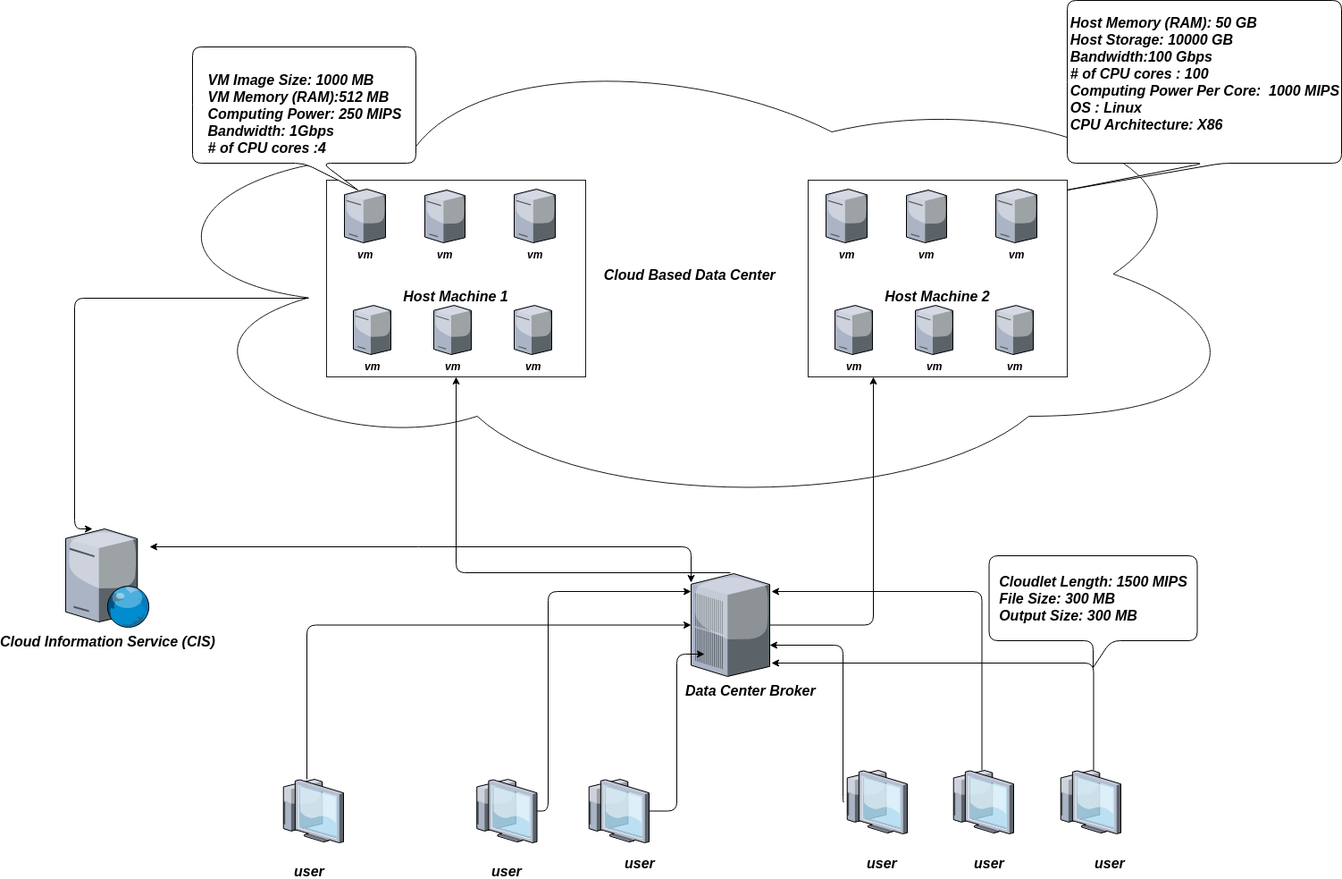
lulzzz/Cloudsim keeps this draw.io diagram as Report/Smart_Grid_Cloud.png. Above is the earlier version. Source tidied: cells renumbered, new cells last; positions are measured from the earlier drawing's top-left corner, leaving out a move shared by most shapes.
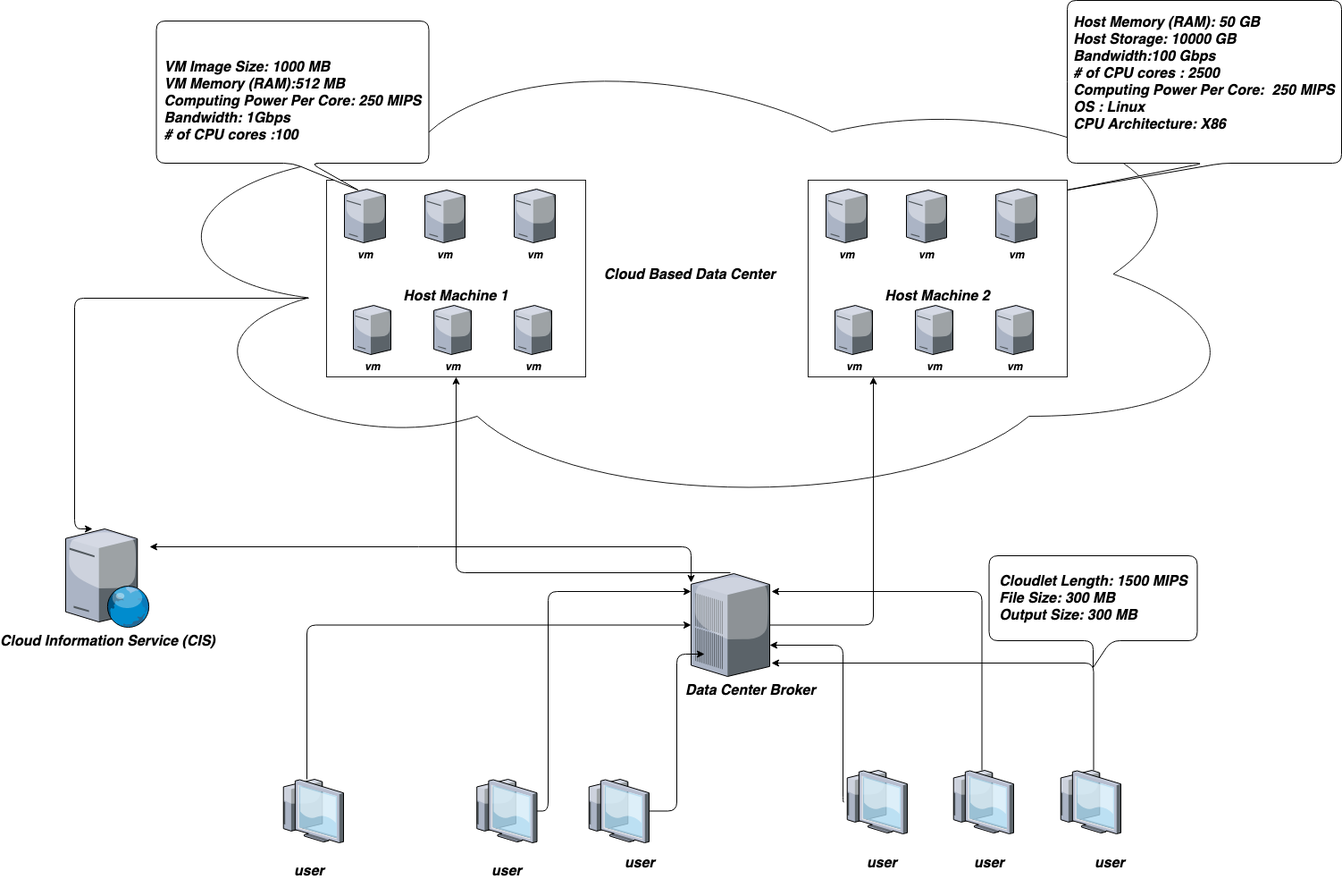
The same diagram one commit later.

The edit, as a diff of the source:
```diff
@@ -151,10 +151,10 @@
         </Array>
       </mxGeometry>
     </mxCell>
-    <mxCell id="35" value="&lt;div style=&quot;text-align: center ; font-size: 16px&quot;&gt;&lt;font style=&quot;font-size: 16px&quot;&gt;&lt;br&gt;&lt;/font&gt;&lt;/div&gt;&lt;div style=&quot;text-align: left ; font-size: 16px&quot;&gt;&lt;b&gt;&lt;i&gt;&lt;font style=&quot;font-size: 16px&quot;&gt;VM Image Size: 1000 MB&lt;/font&gt;&lt;/i&gt;&lt;/b&gt;&lt;/div&gt;&lt;b style=&quot;font-size: 16px&quot;&gt;&lt;font style=&quot;font-size: 16px&quot;&gt;&lt;div style=&quot;text-align: left&quot;&gt;&lt;b&gt;&lt;i&gt;VM Memory (RAM):512 MB&lt;/i&gt;&lt;/b&gt;&lt;/div&gt;&lt;div style=&quot;text-align: left&quot;&gt;&lt;b&gt;&lt;i&gt;Computing Power: 250 MIPS&lt;/i&gt;&lt;/b&gt;&lt;/div&gt;&lt;div style=&quot;text-align: left&quot;&gt;&lt;b&gt;&lt;i&gt;Bandwidth: 1Gbps&lt;/i&gt;&lt;/b&gt;&lt;/div&gt;&lt;div style=&quot;text-align: left&quot;&gt;&lt;b&gt;&lt;i&gt;# of CPU cores :4&lt;/i&gt;&lt;/b&gt;&lt;/div&gt;&lt;/font&gt;&lt;/b&gt;" style="shape=callout;whiteSpace=wrap;html=1;perimeter=calloutPerimeter;position2=0.74;rounded=1;" parent="1" vertex="1">
-      <mxGeometry x="142" y="52" width="250" height="160" as="geometry" />
+    <mxCell id="35" value="&lt;div style=&quot;text-align: center ; font-size: 16px&quot;&gt;&lt;font style=&quot;font-size: 16px&quot;&gt;&lt;br&gt;&lt;/font&gt;&lt;/div&gt;&lt;div style=&quot;text-align: left ; font-size: 16px&quot;&gt;&lt;b&gt;&lt;i&gt;&lt;font style=&quot;font-size: 16px&quot;&gt;VM Image Size: 1000 MB&lt;/font&gt;&lt;/i&gt;&lt;/b&gt;&lt;/div&gt;&lt;b style=&quot;font-size: 16px&quot;&gt;&lt;font style=&quot;font-size: 16px&quot;&gt;&lt;div style=&quot;text-align: left&quot;&gt;&lt;b&gt;&lt;i&gt;VM Memory (RAM):512 MB&lt;/i&gt;&lt;/b&gt;&lt;/div&gt;&lt;div style=&quot;text-align: left&quot;&gt;&lt;b&gt;&lt;i&gt;Computing Power Per Core: 250 MIPS&lt;/i&gt;&lt;/b&gt;&lt;/div&gt;&lt;div style=&quot;text-align: left&quot;&gt;&lt;b&gt;&lt;i&gt;Bandwidth: 1Gbps&lt;/i&gt;&lt;/b&gt;&lt;/div&gt;&lt;div style=&quot;text-align: left&quot;&gt;&lt;b&gt;&lt;i&gt;# of CPU cores :100&lt;/i&gt;&lt;/b&gt;&lt;/div&gt;&lt;/font&gt;&lt;/b&gt;" style="shape=callout;whiteSpace=wrap;html=1;perimeter=calloutPerimeter;position2=0.74;rounded=1;" parent="1" vertex="1">
+      <mxGeometry x="101.5" y="23" width="305" height="189" as="geometry" />
     </mxCell>
-    <mxCell id="36" value="&lt;div style=&quot;text-align: left ; font-size: 16px&quot;&gt;&lt;b&gt;&lt;i&gt;&lt;font style=&quot;font-size: 16px&quot;&gt;Host Memory (RAM): 50 GB&lt;/font&gt;&lt;/i&gt;&lt;/b&gt;&lt;/div&gt;&lt;div style=&quot;text-align: left ; font-size: 16px&quot;&gt;&lt;span&gt;&lt;b&gt;&lt;i&gt;&lt;font style=&quot;font-size: 16px&quot;&gt;Host Storage: 10000 GB&lt;/font&gt;&lt;/i&gt;&lt;/b&gt;&lt;/span&gt;&lt;/div&gt;&lt;div style=&quot;text-align: left ; font-size: 16px&quot;&gt;&lt;b&gt;&lt;i&gt;&lt;font style=&quot;font-size: 16px&quot;&gt;Bandwidth:100 Gbps&lt;/font&gt;&lt;/i&gt;&lt;/b&gt;&lt;/div&gt;&lt;div style=&quot;text-align: left ; font-size: 16px&quot;&gt;&lt;b&gt;&lt;i&gt;&lt;font style=&quot;font-size: 16px&quot;&gt;# of CPU cores : 100&amp;nbsp;&lt;/font&gt;&lt;/i&gt;&lt;/b&gt;&lt;/div&gt;&lt;div style=&quot;text-align: left ; font-size: 16px&quot;&gt;&lt;b&gt;&lt;i&gt;&lt;font style=&quot;font-size: 16px&quot;&gt;Computing Power Per Core:&amp;nbsp; 1000 MIPS&lt;/font&gt;&lt;/i&gt;&lt;/b&gt;&lt;/div&gt;&lt;div style=&quot;text-align: left ; font-size: 16px&quot;&gt;&lt;b&gt;&lt;i&gt;&lt;font style=&quot;font-size: 16px&quot;&gt;OS : Linux&amp;nbsp;&lt;/font&gt;&lt;/i&gt;&lt;/b&gt;&lt;/div&gt;&lt;div style=&quot;text-align: left ; font-size: 16px&quot;&gt;&lt;span&gt;&lt;b&gt;&lt;i&gt;&lt;font style=&quot;font-size: 16px&quot;&gt;CPU Architecture: X86&lt;/font&gt;&lt;/i&gt;&lt;/b&gt;&lt;/span&gt;&lt;/div&gt;&lt;div style=&quot;text-align: left ; font-size: 16px&quot;&gt;&lt;b&gt;&lt;i&gt;&lt;font style=&quot;font-size: 16px&quot;&gt;&amp;nbsp;&lt;/font&gt;&lt;/i&gt;&lt;/b&gt;&lt;/div&gt;" style="shape=callout;whiteSpace=wrap;html=1;perimeter=calloutPerimeter;position2=0;rounded=1;" parent="1" vertex="1">
+    <mxCell id="36" value="&lt;div style=&quot;text-align: left ; font-size: 16px&quot;&gt;&lt;b&gt;&lt;i&gt;&lt;font style=&quot;font-size: 16px&quot;&gt;Host Memory (RAM): 50 GB&lt;/font&gt;&lt;/i&gt;&lt;/b&gt;&lt;/div&gt;&lt;div style=&quot;text-align: left ; font-size: 16px&quot;&gt;&lt;span&gt;&lt;b&gt;&lt;i&gt;&lt;font style=&quot;font-size: 16px&quot;&gt;Host Storage: 10000 GB&lt;/font&gt;&lt;/i&gt;&lt;/b&gt;&lt;/span&gt;&lt;/div&gt;&lt;div style=&quot;text-align: left ; font-size: 16px&quot;&gt;&lt;b&gt;&lt;i&gt;&lt;font style=&quot;font-size: 16px&quot;&gt;Bandwidth:100 Gbps&lt;/font&gt;&lt;/i&gt;&lt;/b&gt;&lt;/div&gt;&lt;div style=&quot;text-align: left ; font-size: 16px&quot;&gt;&lt;b&gt;&lt;i&gt;&lt;font style=&quot;font-size: 16px&quot;&gt;# of CPU cores : 2500&amp;nbsp;&lt;/font&gt;&lt;/i&gt;&lt;/b&gt;&lt;/div&gt;&lt;div style=&quot;text-align: left ; font-size: 16px&quot;&gt;&lt;b&gt;&lt;i&gt;&lt;font style=&quot;font-size: 16px&quot;&gt;Computing Power Per Core:&amp;nbsp; 250 MIPS&lt;/font&gt;&lt;/i&gt;&lt;/b&gt;&lt;/div&gt;&lt;div style=&quot;text-align: left ; font-size: 16px&quot;&gt;&lt;b&gt;&lt;i&gt;&lt;font style=&quot;font-size: 16px&quot;&gt;OS : Linux&amp;nbsp;&lt;/font&gt;&lt;/i&gt;&lt;/b&gt;&lt;/div&gt;&lt;div style=&quot;text-align: left ; font-size: 16px&quot;&gt;&lt;span&gt;&lt;b&gt;&lt;i&gt;&lt;font style=&quot;font-size: 16px&quot;&gt;CPU Architecture: X86&lt;/font&gt;&lt;/i&gt;&lt;/b&gt;&lt;/span&gt;&lt;/div&gt;&lt;div style=&quot;text-align: left ; font-size: 16px&quot;&gt;&lt;b&gt;&lt;i&gt;&lt;font style=&quot;font-size: 16px&quot;&gt;&amp;nbsp;&lt;/font&gt;&lt;/i&gt;&lt;/b&gt;&lt;/div&gt;" style="shape=callout;whiteSpace=wrap;html=1;perimeter=calloutPerimeter;position2=0;rounded=1;" parent="1" vertex="1">
       <mxGeometry x="1121" width="307" height="212" as="geometry" />
     </mxCell>
     <mxCell id="37" value="&lt;div style=&quot;text-align: left ; font-size: 16px&quot;&gt;&lt;b&gt;&lt;i&gt;&lt;font style=&quot;font-size: 16px&quot;&gt;Cloudlet Length: 1500 MIPS&lt;/font&gt;&lt;/i&gt;&lt;/b&gt;&lt;/div&gt;&lt;div style=&quot;text-align: left ; font-size: 16px&quot;&gt;&lt;span&gt;&lt;b&gt;&lt;i&gt;&lt;font style=&quot;font-size: 16px&quot;&gt;File Size: 300 MB&lt;/font&gt;&lt;/i&gt;&lt;/b&gt;&lt;/span&gt;&lt;/div&gt;&lt;div style=&quot;text-align: left ; font-size: 16px&quot;&gt;&lt;b&gt;&lt;i&gt;&lt;font style=&quot;font-size: 16px&quot;&gt;Output Size: 300 MB&lt;/font&gt;&lt;/i&gt;&lt;/b&gt;&lt;/div&gt;" style="shape=callout;whiteSpace=wrap;html=1;perimeter=calloutPerimeter;rounded=1;direction=east;" parent="1" vertex="1">
```
